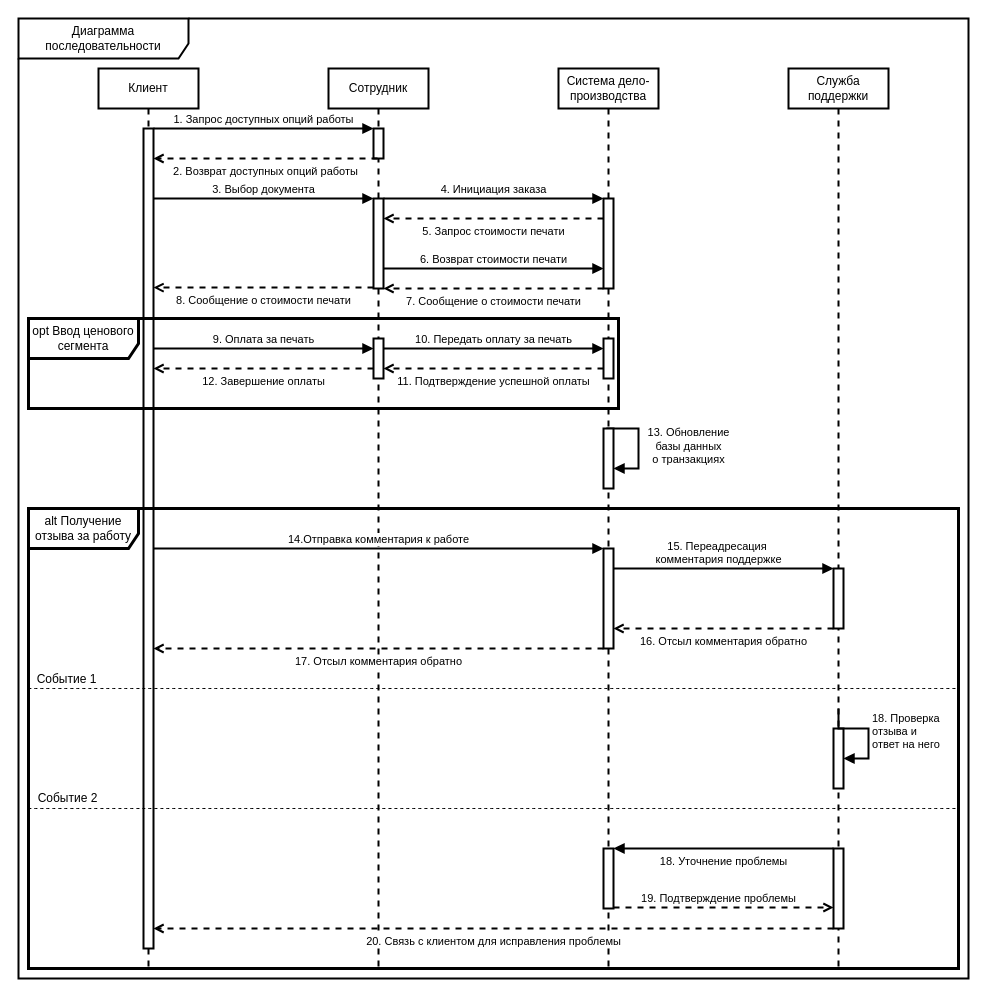
Above: page "Page-1" (1 of 3) of 1.drawio in Helpmepleaseitishard/Aikms (draw.io), before the change. Source tidied: cells renumbered, new cells numbered last; positions are measured from the earlier drawing's top-left corner, leaving out a move shared by most shapes. Both pictures are drawn from the tidied source at 100%, with x=0, y=0 at pixel (18, 18).
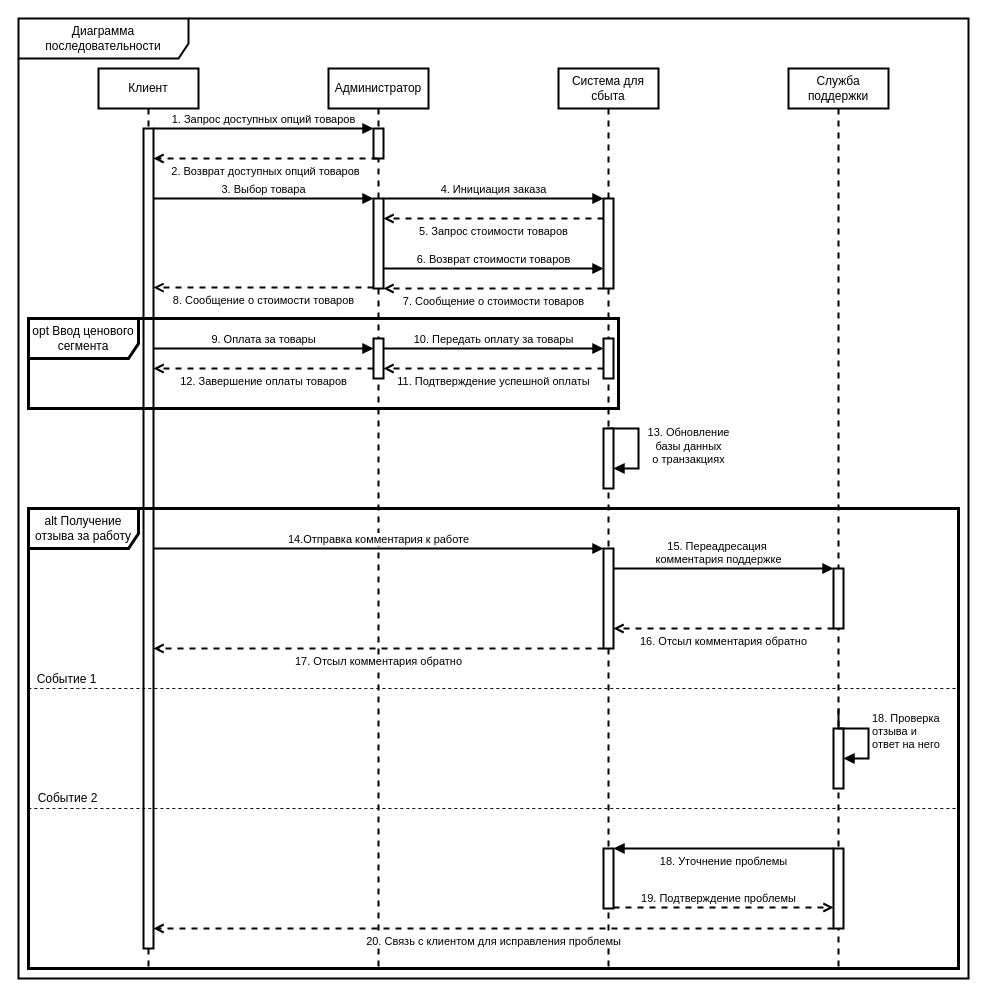
Above is the later version.

The change refers to these unchanged cells:
```xml
<mxCell id="10" style="html=1;points=[[0,0,0,0,5],[0,1,0,0,-5],[1,0,0,0,5],[1,1,0,0,-5]];perimeter=orthogonalPerimeter;outlineConnect=0;targetShapes=umlLifeline;portConstraint=eastwest;newEdgeStyle={&quot;curved&quot;:0,&quot;rounded&quot;:0};strokeWidth=2;" parent="7" vertex="1">
  <mxGeometry x="-185" y="270" width="10" height="40" as="geometry" />
</mxCell>
<mxCell id="11" style="html=1;points=[[0,0,0,0,5],[0,1,0,0,-5],[1,0,0,0,5],[1,1,0,0,-5]];perimeter=orthogonalPerimeter;outlineConnect=0;targetShapes=umlLifeline;portConstraint=eastwest;newEdgeStyle={&quot;curved&quot;:0,&quot;rounded&quot;:0};strokeWidth=2;" parent="7" vertex="1">
  <mxGeometry x="45" y="270" width="10" height="40" as="geometry" />
</mxCell>
<mxCell id="17" style="html=1;points=[[0,0,0,0,5],[0,1,0,0,-5],[1,0,0,0,5],[1,1,0,0,-5]];perimeter=orthogonalPerimeter;outlineConnect=0;targetShapes=umlLifeline;portConstraint=eastwest;newEdgeStyle={&quot;curved&quot;:0,&quot;rounded&quot;:0};strokeWidth=2;" parent="7" vertex="1">
  <mxGeometry x="-185" y="130" width="10" height="90" as="geometry" />
</mxCell>
<mxCell id="18" style="html=1;points=[[0,0,0,0,5],[0,1,0,0,-5],[1,0,0,0,5],[1,1,0,0,-5]];perimeter=orthogonalPerimeter;outlineConnect=0;targetShapes=umlLifeline;portConstraint=eastwest;newEdgeStyle={&quot;curved&quot;:0,&quot;rounded&quot;:0};strokeWidth=2;" parent="7" vertex="1">
  <mxGeometry x="45" y="130" width="10" height="90" as="geometry" />
</mxCell>
```

What changed in the source:
```diff
@@
-    <mxCell id="5" value="Сотрудник" style="shape=umlLifeline;perimeter=lifelinePerimeter;whiteSpace=wrap;html=1;newEdgeStyle={&quot;curved&quot;:0,&quot;rounded&quot;:0};strokeWidth=2;" parent="1" vertex="1">
+    <mxCell id="5" value="Администратор" style="shape=umlLifeline;perimeter=lifelinePerimeter;whiteSpace=wrap;html=1;newEdgeStyle={&quot;curved&quot;:0,&quot;rounded&quot;:0};strokeWidth=2;" parent="1" vertex="1">
       <mxGeometry x="310" y="50" width="100" height="900" as="geometry" />
     </mxCell>
@@
-    <mxCell id="7" value="Система дело-производства" style="shape=umlLifeline;perimeter=lifelinePerimeter;whiteSpace=wrap;html=1;newEdgeStyle={&quot;curved&quot;:0,&quot;rounded&quot;:0};strokeWidth=2;" parent="1" vertex="1">
+    <mxCell id="7" value="Система для сбыта" style="shape=umlLifeline;perimeter=lifelinePerimeter;whiteSpace=wrap;html=1;newEdgeStyle={&quot;curved&quot;:0,&quot;rounded&quot;:0};strokeWidth=2;" parent="1" vertex="1">
       <mxGeometry x="540" y="50" width="100" height="900" as="geometry" />
     </mxCell>
@@
-    <mxCell id="12" value="9. Оплата за печать" style="html=1;verticalAlign=bottom;endArrow=block;curved=0;rounded=0;strokeWidth=2;" parent="7" edge="1" target="10">
+    <mxCell id="12" value="9. Оплата за товары" style="html=1;verticalAlign=bottom;endArrow=block;curved=0;rounded=0;strokeWidth=2;" parent="7" edge="1" target="10">
       <mxGeometry relative="1" as="geometry">
         <mxPoint x="-405" y="280" as="sourcePoint" />
       </mxGeometry>
     </mxCell>
@@
-    <mxCell id="14" value="12. Завершение оплаты" style="html=1;verticalAlign=top;endArrow=open;curved=0;rounded=0;strokeWidth=2;dashed=1;endFill=0;" parent="7" edge="1" source="10">
+    <mxCell id="14" value="12. Завершение оплаты товаров" style="html=1;verticalAlign=top;endArrow=open;curved=0;rounded=0;strokeWidth=2;dashed=1;endFill=0;" parent="7" edge="1" source="10">
       <mxGeometry relative="1" as="geometry">
         <mxPoint x="-405" y="300" as="targetPoint" />
         <Array as="points">
           <mxPoint x="-250" y="300" />
         </Array>
       </mxGeometry>
     </mxCell>
@@
-    <mxCell id="16" value="10. Передать оплату за печать" style="html=1;verticalAlign=bottom;endArrow=block;curved=0;rounded=0;strokeWidth=2;" parent="7" edge="1" source="10" target="11">
+    <mxCell id="16" value="10. Передать оплату за товары" style="html=1;verticalAlign=bottom;endArrow=block;curved=0;rounded=0;strokeWidth=2;" parent="7" edge="1" source="10" target="11">
       <mxGeometry relative="1" as="geometry">
         <Array as="points">
           <mxPoint x="-75" y="280" />
         </Array>
       </mxGeometry>
     </mxCell>
@@
-    <mxCell id="19" value="5. Запрос стоимости печати" style="html=1;verticalAlign=top;endArrow=open;curved=0;rounded=0;strokeWidth=2;dashed=1;endFill=0;" parent="7" edge="1" source="18" target="17">
+    <mxCell id="19" value="5. Запрос стоимости товаров" style="html=1;verticalAlign=top;endArrow=open;curved=0;rounded=0;strokeWidth=2;dashed=1;endFill=0;" parent="7" edge="1" source="18" target="17">
       <mxGeometry relative="1" as="geometry">
         <Array as="points">
           <mxPoint x="-70" y="150" />
         </Array>
       </mxGeometry>
     </mxCell>
-    <mxCell id="20" value="6. Возврат стоимости печати" style="html=1;verticalAlign=bottom;endArrow=block;curved=0;rounded=0;strokeWidth=2;endFill=1;" parent="7" edge="1" source="17" target="18">
+    <mxCell id="20" value="6. Возврат стоимости товаров" style="html=1;verticalAlign=bottom;endArrow=block;curved=0;rounded=0;strokeWidth=2;endFill=1;" parent="7" edge="1" source="17" target="18">
       <mxGeometry relative="1" as="geometry">
         <Array as="points">
           <mxPoint x="-70" y="200" />
         </Array>
       </mxGeometry>
     </mxCell>
-    <mxCell id="21" value="7. Сообщение о стоимости печати" style="html=1;verticalAlign=top;endArrow=open;curved=0;rounded=0;strokeWidth=2;dashed=1;endFill=0;" parent="7" edge="1" source="18" target="17">
+    <mxCell id="21" value="7. Сообщение о стоимости товаров" style="html=1;verticalAlign=top;endArrow=open;curved=0;rounded=0;strokeWidth=2;dashed=1;endFill=0;" parent="7" edge="1" source="18" target="17">
       <mxGeometry relative="1" as="geometry">
         <Array as="points">
           <mxPoint x="-80" y="220" />
         </Array>
       </mxGeometry>
     </mxCell>
-    <mxCell id="22" value="1. Запрос доступных опций работы" style="html=1;verticalAlign=bottom;endArrow=block;curved=0;rounded=0;strokeWidth=2;" parent="1" edge="1">
+    <mxCell id="22" value="1. Запрос доступных опций товаров" style="html=1;verticalAlign=bottom;endArrow=block;curved=0;rounded=0;strokeWidth=2;" parent="1" edge="1">
       <mxGeometry relative="1" as="geometry">
         <mxPoint x="135" y="110" as="sourcePoint" />
         <mxPoint x="355" y="110" as="targetPoint" />
       </mxGeometry>
     </mxCell>
-    <mxCell id="23" value="2. Возврат доступных опций работы" style="html=1;verticalAlign=top;endArrow=open;curved=0;rounded=0;strokeWidth=2;dashed=1;endFill=0;" parent="1" edge="1">
+    <mxCell id="23" value="2. Возврат доступных опций товаров" style="html=1;verticalAlign=top;endArrow=open;curved=0;rounded=0;strokeWidth=2;dashed=1;endFill=0;" parent="1" edge="1">
       <mxGeometry relative="1" as="geometry">
         <mxPoint x="359" y="140" as="sourcePoint" />
         <mxPoint x="135" y="140" as="targetPoint" />
         <Array as="points">
           <mxPoint x="240" y="140" />
         </Array>
       </mxGeometry>
     </mxCell>
@@
-    <mxCell id="43" value="3. Выбор документа" style="html=1;verticalAlign=bottom;endArrow=block;curved=0;rounded=0;strokeWidth=2;" parent="1" edge="1">
+    <mxCell id="43" value="3. Выбор товара" style="html=1;verticalAlign=bottom;endArrow=block;curved=0;rounded=0;strokeWidth=2;" parent="1" edge="1">
       <mxGeometry relative="1" as="geometry">
         <mxPoint x="135" y="180" as="sourcePoint" />
         <mxPoint x="355" y="180" as="targetPoint" />
         <Array as="points">
           <mxPoint x="250" y="180" />
         </Array>
       </mxGeometry>
     </mxCell>
-    <mxCell id="44" value="8. Сообщение о стоимости печати" style="html=1;verticalAlign=top;endArrow=open;curved=0;rounded=0;strokeWidth=2;endFill=0;dashed=1;" parent="1" edge="1">
+    <mxCell id="44" value="8. Сообщение о стоимости товаров" style="html=1;verticalAlign=top;endArrow=open;curved=0;rounded=0;strokeWidth=2;endFill=0;dashed=1;" parent="1" edge="1">
       <mxGeometry relative="1" as="geometry">
         <mxPoint x="355" y="269.1" as="sourcePoint" />
         <mxPoint x="135" y="269.1" as="targetPoint" />
         <Array as="points">
           <mxPoint x="240" y="269.1" />
         </Array>
       </mxGeometry>
     </mxCell>
```
